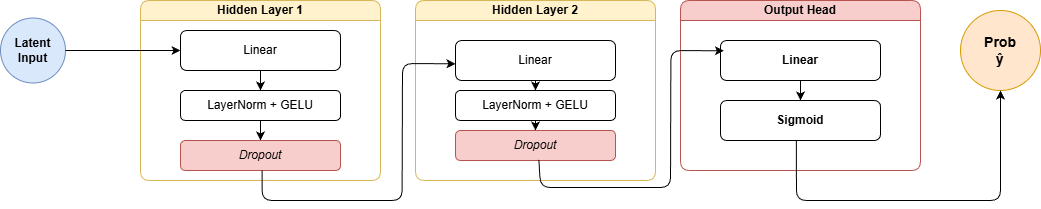
Before: Documentazione/images/modelsss/MLPApp2.png, a diagram exported from draw.io (Fonty02/HallucinationDetection). Source tidied: cells renumbered, new cells last; positions are measured from the earlier drawing's top-left corner, leaving out a move shared by most shapes.
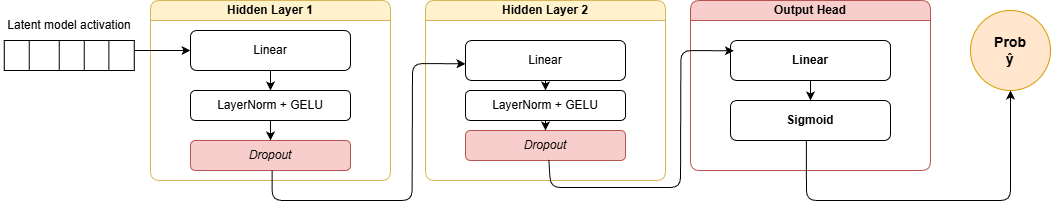
The same file after the commit.

The edit, as a diff of the source:
```diff
@@ -2,9 +2,6 @@
   <root>
     <mxCell id="0" />
     <mxCell id="1" parent="0" />
-    <mxCell id="2" value="Latent Input" style="ellipse;whiteSpace=wrap;html=1;fillColor=#dae8fc;strokeColor=#6c8ebf;fontStyle=1;" parent="1" vertex="1">
-      <mxGeometry y="17.5" width="65" height="65" as="geometry" />
-    </mxCell>
     <mxCell id="3" value="Hidden Layer 1" style="swimlane;whiteSpace=wrap;html=1;fillColor=#fff2cc;strokeColor=#d6b656;startSize=20;rounded=1;" parent="1" vertex="1">
       <mxGeometry x="140" width="240" height="180" as="geometry" />
     </mxCell>
@@ -67,8 +64,10 @@
     <mxCell id="20" value="Prob&lt;br&gt;ŷ" style="ellipse;whiteSpace=wrap;html=1;fillColor=#ffe6cc;strokeColor=#d79b00;fontStyle=1;fontSize=14;" parent="1" vertex="1">
       <mxGeometry x="960" y="10" width="80" height="80" as="geometry" />
     </mxCell>
-    <mxCell id="21" parent="1" edge="1" source="2" target="4">
-      <mxGeometry relative="1" as="geometry" />
+    <mxCell id="21" parent="1" edge="1" target="4">
+      <mxGeometry relative="1" as="geometry">
+        <mxPoint x="65" y="50" as="sourcePoint" />
+      </mxGeometry>
     </mxCell>
     <mxCell id="22" style="exitX=0.474;exitY=0.993;exitDx=0;exitDy=0;exitPerimeter=0;" parent="1" edge="1" source="18" target="20">
       <mxGeometry relative="1" as="geometry">
@@ -88,5 +87,38 @@
         </Array>
       </mxGeometry>
     </mxCell>
+    <mxCell id="24" style="group;rotation=90;" parent="1" vertex="1">
+      <mxGeometry x="43.8" y="-10" width="30" height="130" as="geometry" />
+    </mxCell>
+    <mxCell id="25" style="rounded=0;whiteSpace=wrap;html=1;rotation=180;" parent="24" vertex="1">
+      <mxGeometry x="-50" y="50" width="130" height="30" as="geometry" />
+    </mxCell>
+    <mxCell id="26" style="endArrow=none;html=1;rounded=0;exitX=0.195;exitY=0.997;exitDx=0;exitDy=0;exitPerimeter=0;entryX=0.195;entryY=0.003;entryDx=0;entryDy=0;entryPerimeter=0;" parent="24" edge="1" source="25" target="25">
+      <mxGeometry relative="1" as="geometry" />
+    </mxCell>
+    <mxCell id="27" style="endArrow=none;html=1;rounded=0;exitX=0.195;exitY=0.997;exitDx=0;exitDy=0;exitPerimeter=0;entryX=0.195;entryY=0.003;entryDx=0;entryDy=0;entryPerimeter=0;" parent="24" edge="1">
+      <mxGeometry relative="1" as="geometry">
+        <mxPoint x="30" y="50" as="sourcePoint" />
+        <mxPoint x="30" y="80" as="targetPoint" />
+      </mxGeometry>
+    </mxCell>
+    <mxCell id="28" style="endArrow=none;html=1;rounded=0;exitX=0.195;exitY=0.997;exitDx=0;exitDy=0;exitPerimeter=0;entryX=0.195;entryY=0.003;entryDx=0;entryDy=0;entryPerimeter=0;" parent="24" edge="1">
+      <mxGeometry relative="1" as="geometry">
+        <mxPoint x="5" y="50" as="sourcePoint" />
+        <mxPoint x="5" y="80" as="targetPoint" />
+      </mxGeometry>
+    </mxCell>
+    <mxCell id="29" style="endArrow=none;html=1;rounded=0;exitX=0.195;exitY=0.997;exitDx=0;exitDy=0;exitPerimeter=0;entryX=0.195;entryY=0.003;entryDx=0;entryDy=0;entryPerimeter=0;" parent="24" edge="1">
+      <mxGeometry relative="1" as="geometry">
+        <mxPoint x="-25" y="50" as="sourcePoint" />
+        <mxPoint x="-25" y="80" as="targetPoint" />
+        <Array as="points">
+          <mxPoint x="-25" y="60" />
+        </Array>
+      </mxGeometry>
+    </mxCell>
+    <mxCell id="30" value="Latent model activation" style="text;html=1;whiteSpace=wrap;strokeColor=none;fillColor=none;align=center;verticalAlign=middle;rounded=0;" parent="1" vertex="1">
+      <mxGeometry x="-10" y="10" width="137.5" height="30" as="geometry" />
+    </mxCell>
   </root>
 </mxGraphModel>
```
